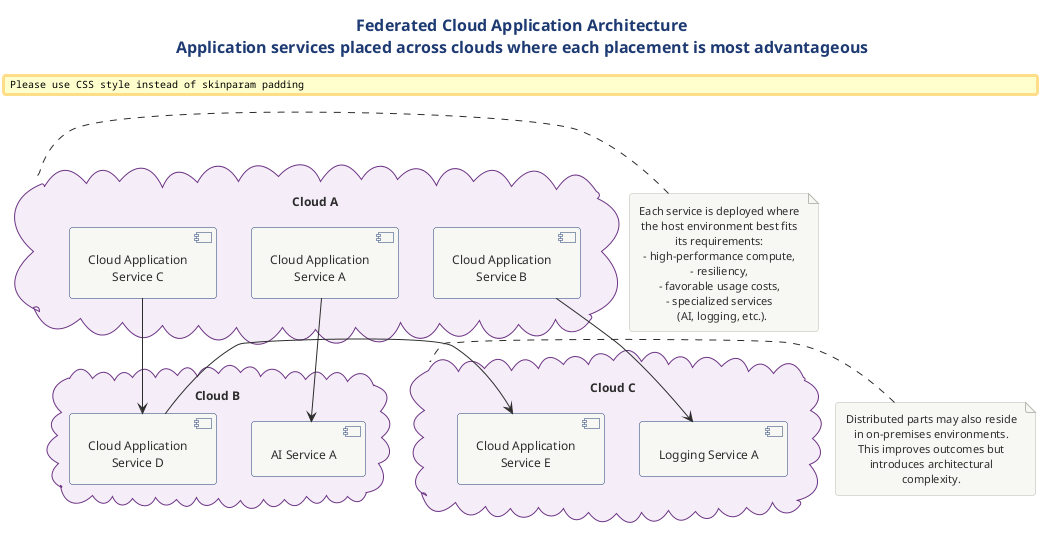
Notoriousjayy/latex-docs keeps this PlantUML diagram as src/architecture/cloud/architecture/cloud-architecture-diagram-library/specialized-cloud-architectures-puml/png/16-federated-cloud-application.png. Above is the earlier version.
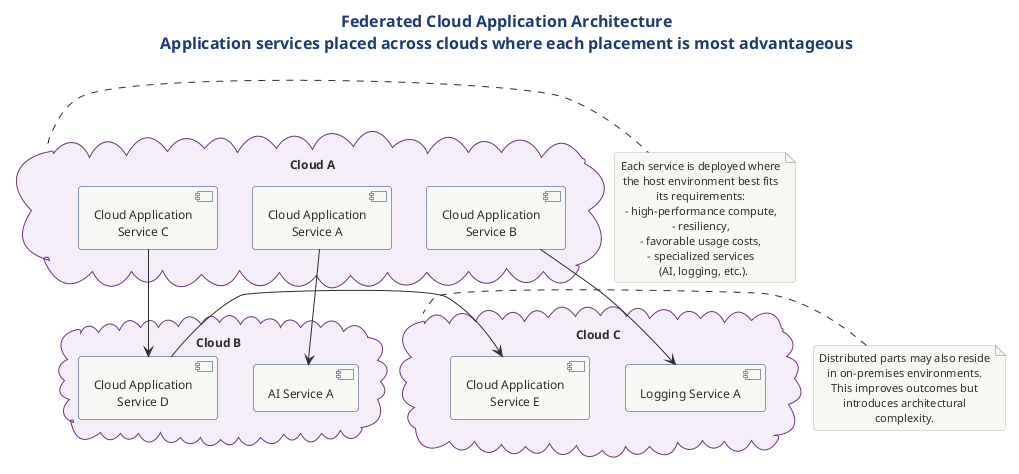
The same diagram one commit later.

What changed in the source:
```diff
@@ -1,4 +1,4 @@
-@startuml federated_cloud_application
+@startuml
 !include ../../../../../../tooling/styles/plantuml/structural/deployment-diagram-style.iuml
 
 title Federated Cloud Application Architecture\nApplication services placed across clouds where each placement is most advantageous
```
